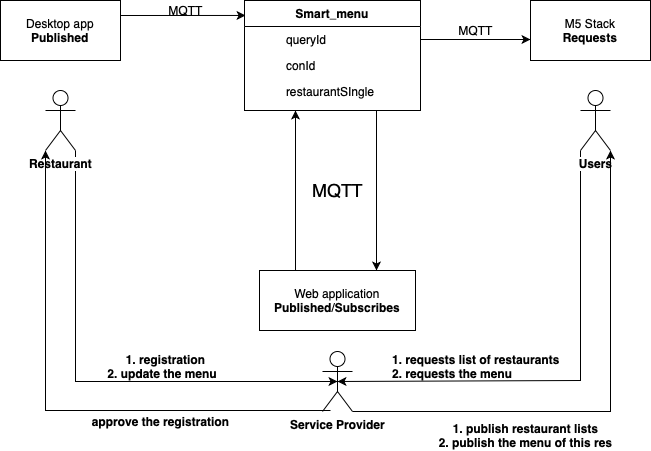
Above: UMLdiagrams/UML2.png in BarrettFrost/Smart_menu-project (draw.io), before the change. Source tidied: cells renumbered, new cells last; positions are measured from the earlier drawing's top-left corner, leaving out a move shared by most shapes.
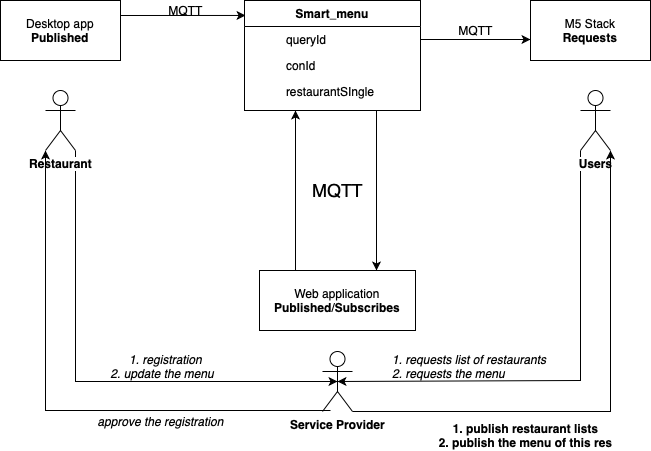
Above is the later version.

Diff of the diagram source:
```diff
@@ -103,16 +103,16 @@
     <mxCell id="25" value="&lt;b&gt;Service Provider&lt;/b&gt;" style="shape=umlActor;verticalLabelPosition=bottom;labelBackgroundColor=#ffffff;verticalAlign=top;html=1;outlineConnect=0;" parent="1" vertex="1">
       <mxGeometry x="322" y="351" width="30" height="60" as="geometry" />
     </mxCell>
-    <mxCell id="26" value="&lt;b&gt;1.&amp;nbsp;registration&lt;br&gt;2. update the menu &amp;nbsp;&lt;/b&gt;" style="text;html=1;align=center;verticalAlign=middle;" parent="1" vertex="1">
+    <mxCell id="26" value="&lt;i&gt;1.&amp;nbsp;registration&lt;br&gt;2. update the menu &amp;nbsp;&lt;/i&gt;" style="text;html=1;align=center;verticalAlign=middle;" parent="1" vertex="1">
       <mxGeometry x="100" y="351" width="130" height="30" as="geometry" />
     </mxCell>
     <mxCell id="27" value="&lt;b&gt;1. publish restaurant lists&lt;br&gt;2. publish the menu of this res&lt;/b&gt;" style="text;html=1;align=center;verticalAlign=middle;" parent="1" vertex="1">
       <mxGeometry x="430" y="420" width="190" height="30" as="geometry" />
     </mxCell>
-    <mxCell id="28" value="&lt;b&gt;approve the registration&lt;/b&gt;" style="text;html=1;align=center;verticalAlign=middle;" parent="1" vertex="1">
-      <mxGeometry x="85" y="411" width="150" height="20" as="geometry" />
+    <mxCell id="28" value="&lt;i&gt;approve the registration&lt;/i&gt;" style="text;html=1;align=center;verticalAlign=middle;" parent="1" vertex="1">
+      <mxGeometry x="90" y="411" width="140" height="20" as="geometry" />
     </mxCell>
-    <mxCell id="29" value="&lt;b&gt;&lt;span style=&quot;color: rgb(0 , 0 , 0) ; font-family: &amp;#34;helvetica&amp;#34; ; font-size: 12px ; font-style: normal ; letter-spacing: normal ; text-align: center ; text-indent: 0px ; text-transform: none ; word-spacing: 0px ; text-decoration: none&quot;&gt;1. requests list of restaurants&lt;/span&gt;&lt;br style=&quot;color: rgb(0 , 0 , 0) ; font-family: &amp;#34;helvetica&amp;#34; ; font-size: 12px ; font-style: normal ; letter-spacing: normal ; text-align: center ; text-indent: 0px ; text-transform: none ; word-spacing: 0px ; text-decoration: none&quot;&gt;2. requests the menu&lt;/b&gt;" style="text;whiteSpace=wrap;html=1;" parent="1" vertex="1">
+    <mxCell id="29" value="&lt;i&gt;&lt;span style=&quot;color: rgb(0 , 0 , 0) ; font-family: &amp;#34;helvetica&amp;#34; ; font-size: 12px ; letter-spacing: normal ; text-align: center ; text-indent: 0px ; text-transform: none ; word-spacing: 0px ; text-decoration: none&quot;&gt;1. requests list of restaurants&lt;/span&gt;&lt;br style=&quot;color: rgb(0 , 0 , 0) ; font-family: &amp;#34;helvetica&amp;#34; ; font-size: 12px ; letter-spacing: normal ; text-align: center ; text-indent: 0px ; text-transform: none ; word-spacing: 0px ; text-decoration: none&quot;&gt;2. requests the menu&lt;/i&gt;" style="text;whiteSpace=wrap;html=1;" parent="1" vertex="1">
       <mxGeometry x="390" y="346" width="180" height="40" as="geometry" />
     </mxCell>
   </root>
```
